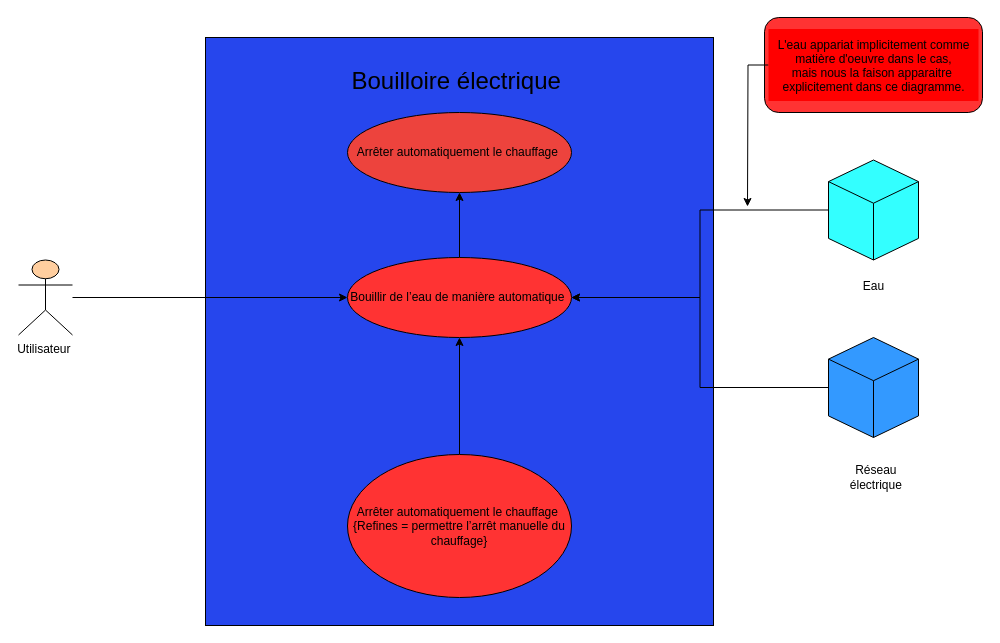
Above: Bouilloires.drawio in Chagriclou/Chagriclou (draw.io), before the change. Source tidied: cells renumbered, new cells numbered last; positions are measured from the earlier drawing's top-left corner, leaving out a move shared by most shapes. Both pictures are drawn from the tidied source at 100%, with x=0, y=0 at pixel (18, 17).
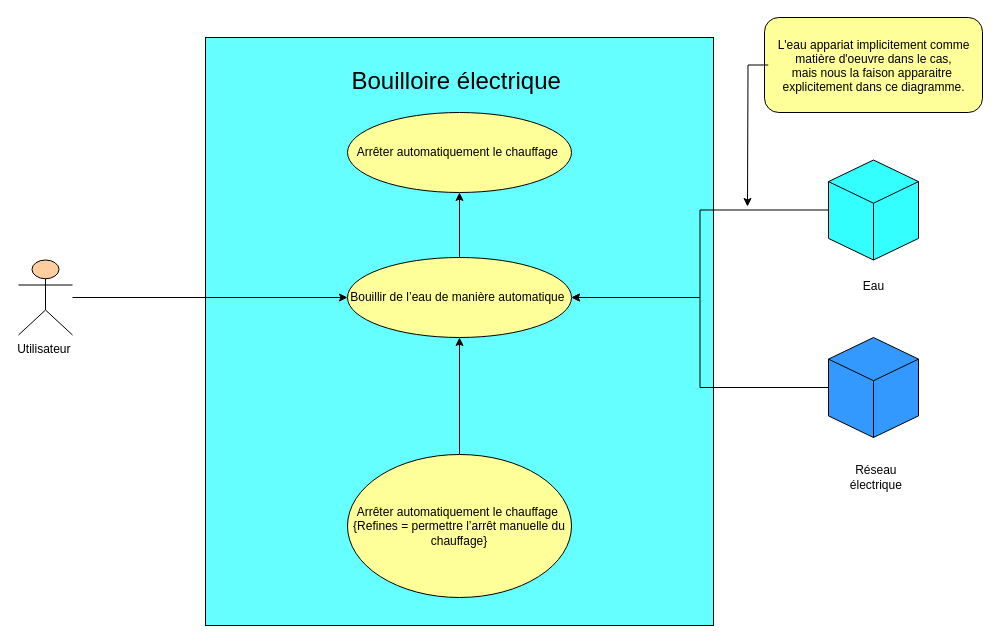
After the change.

Commit message:
Mettre à jour Bouilloires.drawio

The edit, as a diff of the source:
```diff
@@
-    <mxCell id="3" style="whiteSpace=wrap;html=1;fillColor=#2646ED;" parent="1" vertex="1">
+    <mxCell id="3" style="whiteSpace=wrap;html=1;fillColor=#66FFFF;" parent="1" vertex="1">
       <mxGeometry x="187" y="20" width="508" height="588" as="geometry" />
     </mxCell>
@@
-    <mxCell id="5" value="Arrêter automatiquement le chauffage&amp;nbsp;" style="ellipse;whiteSpace=wrap;html=1;fillColor=#ED433D;" parent="1" vertex="1">
+    <mxCell id="5" value="Arrêter automatiquement le chauffage&amp;nbsp;" style="ellipse;whiteSpace=wrap;html=1;fillColor=#FFFF99;" parent="1" vertex="1">
       <mxGeometry x="329" y="95" width="224" height="80" as="geometry" />
     </mxCell>
@@
-    <mxCell id="7" value="Bouillir de l’eau de manière automatique&amp;nbsp;" style="ellipse;whiteSpace=wrap;html=1;fillColor=#FF3333;" parent="1" vertex="1">
+    <mxCell id="7" value="Bouillir de l’eau de manière automatique&amp;nbsp;" style="ellipse;whiteSpace=wrap;html=1;fillColor=#FFFF99;" parent="1" vertex="1">
       <mxGeometry x="329" y="240" width="224" height="80" as="geometry" />
     </mxCell>
@@
-    <mxCell id="9" value="Arrêter automatiquement le chauffage&amp;nbsp;&lt;div&gt;{Refines = permettre l’arrêt manuelle du chauffage}&lt;/div&gt;" style="ellipse;whiteSpace=wrap;html=1;fillColor=#FF3333;" parent="1" vertex="1">
+    <mxCell id="9" value="Arrêter automatiquement le chauffage&amp;nbsp;&lt;div&gt;{Refines = permettre l’arrêt manuelle du chauffage}&lt;/div&gt;" style="ellipse;whiteSpace=wrap;html=1;fillColor=#FFFF99;" parent="1" vertex="1">
       <mxGeometry x="329" y="437" width="224" height="143" as="geometry" />
     </mxCell>
@@
-    <mxCell id="11" style="rounded=1;whiteSpace=wrap;html=1;fillColor=#FF3333;" parent="1" vertex="1">
+    <mxCell id="11" style="rounded=1;whiteSpace=wrap;html=1;fillColor=#FFFF99;" parent="1" vertex="1">
       <mxGeometry x="746" width="218" height="95" as="geometry" />
     </mxCell>
@@
-    <mxCell id="13" value="&lt;p style=&quot;margin: 0px; font-style: normal; font-variant-caps: normal; font-stretch: normal; line-height: normal; font-size-adjust: none; font-kerning: auto; font-variant-alternates: normal; font-variant-ligatures: normal; font-variant-numeric: normal; font-variant-east-asian: normal; font-variant-position: normal; font-variant-emoji: normal; font-feature-settings: normal; font-optical-sizing: auto; font-variation-settings: normal;&quot;&gt;L'eau appariat implicitement comme&lt;/p&gt;&lt;p style=&quot;margin: 0px; font-style: normal; font-variant-caps: normal; font-stretch: normal; line-height: normal; font-size-adjust: none; font-kerning: auto; font-variant-alternates: normal; font-variant-ligatures: normal; font-variant-numeric: normal; font-variant-east-asian: normal; font-variant-position: normal; font-variant-emoji: normal; font-feature-settings: normal; font-optical-sizing: auto; font-variation-settings: normal;&quot;&gt;&amp;nbsp;matière d'oeuvre dans le cas,&amp;nbsp;&lt;/p&gt;&lt;p style=&quot;margin: 0px; font-style: normal; font-variant-caps: normal; font-stretch: normal; line-height: normal; font-size-adjust: none; font-kerning: auto; font-variant-alternates: normal; font-variant-ligatures: normal; font-variant-numeric: normal; font-variant-east-asian: normal; font-variant-position: normal; font-variant-emoji: normal; font-feature-settings: normal; font-optical-sizing: auto; font-variation-settings: normal;&quot;&gt;mais nous la faison apparaitre&amp;nbsp;&lt;/p&gt;&lt;p style=&quot;margin: 0px; font-style: normal; font-variant-caps: normal; font-stretch: normal; line-height: normal; font-size-adjust: none; font-kerning: auto; font-variant-alternates: normal; font-variant-ligatures: normal; font-variant-numeric: normal; font-variant-east-asian: normal; font-variant-position: normal; font-variant-emoji: normal; font-feature-settings: normal; font-optical-sizing: auto; font-variation-settings: normal;&quot;&gt;explicitement dans ce diagramme.&lt;/p&gt;" style="text;html=1;align=center;verticalAlign=middle;points=[];strokeColor=none;fillColor=#FF0000;" parent="1" vertex="1">
+    <mxCell id="13" value="&lt;p style=&quot;margin: 0px; font-style: normal; font-variant-caps: normal; font-stretch: normal; line-height: normal; font-size-adjust: none; font-kerning: auto; font-variant-alternates: normal; font-variant-ligatures: normal; font-variant-numeric: normal; font-variant-east-asian: normal; font-variant-position: normal; font-variant-emoji: normal; font-feature-settings: normal; font-optical-sizing: auto; font-variation-settings: normal;&quot;&gt;L'eau appariat implicitement comme&lt;/p&gt;&lt;p style=&quot;margin: 0px; font-style: normal; font-variant-caps: normal; font-stretch: normal; line-height: normal; font-size-adjust: none; font-kerning: auto; font-variant-alternates: normal; font-variant-ligatures: normal; font-variant-numeric: normal; font-variant-east-asian: normal; font-variant-position: normal; font-variant-emoji: normal; font-feature-settings: normal; font-optical-sizing: auto; font-variation-settings: normal;&quot;&gt;&amp;nbsp;matière d'oeuvre dans le cas,&amp;nbsp;&lt;/p&gt;&lt;p style=&quot;margin: 0px; font-style: normal; font-variant-caps: normal; font-stretch: normal; line-height: normal; font-size-adjust: none; font-kerning: auto; font-variant-alternates: normal; font-variant-ligatures: normal; font-variant-numeric: normal; font-variant-east-asian: normal; font-variant-position: normal; font-variant-emoji: normal; font-feature-settings: normal; font-optical-sizing: auto; font-variation-settings: normal;&quot;&gt;mais nous la faison apparaitre&amp;nbsp;&lt;/p&gt;&lt;p style=&quot;margin: 0px; font-style: normal; font-variant-caps: normal; font-stretch: normal; line-height: normal; font-size-adjust: none; font-kerning: auto; font-variant-alternates: normal; font-variant-ligatures: normal; font-variant-numeric: normal; font-variant-east-asian: normal; font-variant-position: normal; font-variant-emoji: normal; font-feature-settings: normal; font-optical-sizing: auto; font-variation-settings: normal;&quot;&gt;explicitement dans ce diagramme.&lt;/p&gt;" style="text;html=1;align=center;verticalAlign=middle;points=[];strokeColor=none;fillColor=#FFFF99;" parent="1" vertex="1">
       <mxGeometry x="750" y="11.5" width="210" height="72" as="geometry" />
     </mxCell>
```
